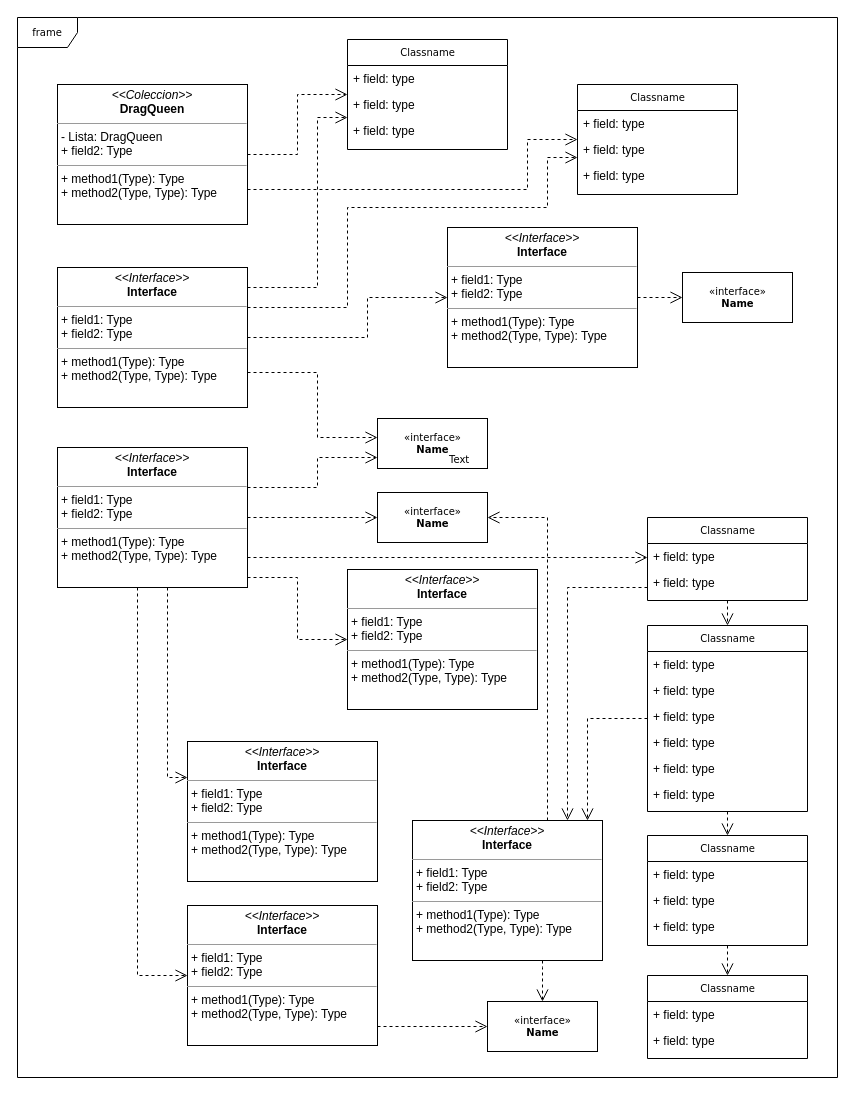
Before: Practico/Obligatorio/Diagramas/Untitled Diagram.drawio in felipeschneider88/UDE_BD3, a draw.io diagram. Source tidied: cells renumbered, new cells numbered last; positions are measured from the earlier drawing's top-left corner, leaving out a move shared by most shapes. Both pictures are drawn from the tidied source at 100%, with x=0, y=0 at pixel (17, 17).
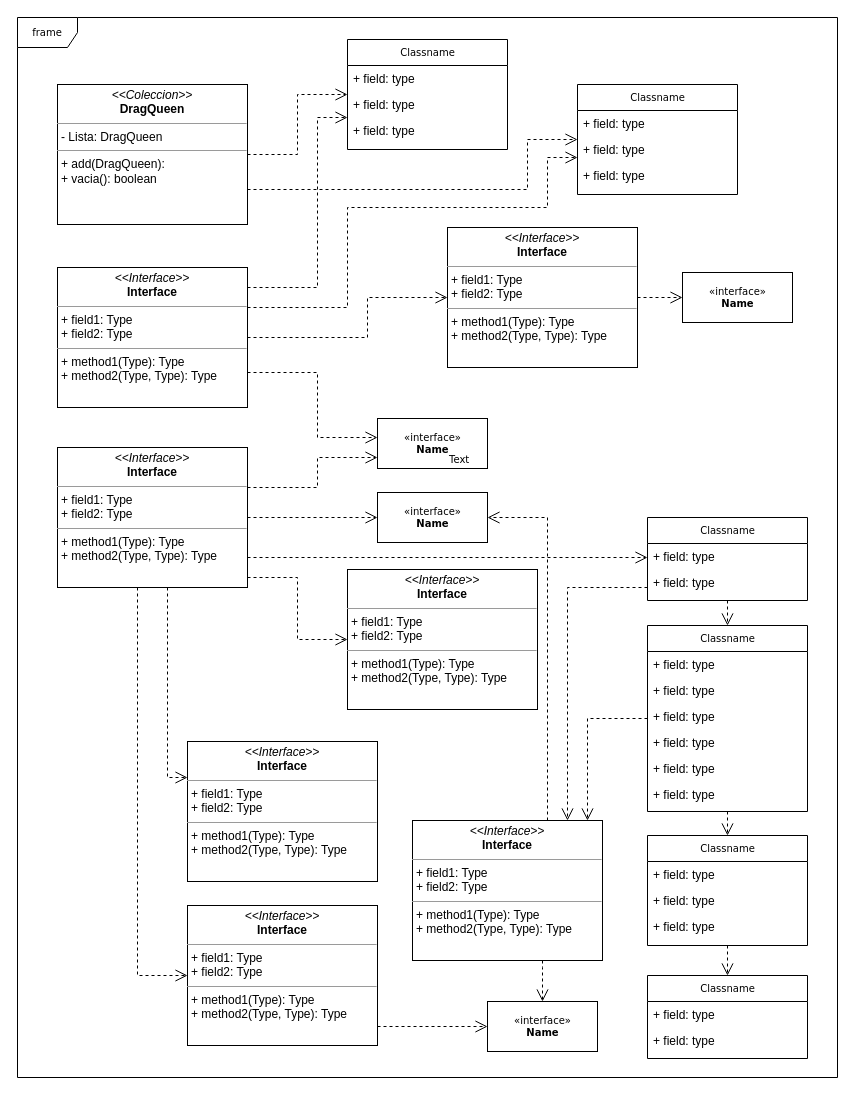
The same page after the edit.

What changed in the source:
```diff
@@
-    <mxCell id="48" value="&lt;p style=&quot;margin: 0px ; margin-top: 4px ; text-align: center&quot;&gt;&lt;i&gt;&amp;lt;&amp;lt;Coleccion&amp;gt;&amp;gt;&lt;/i&gt;&lt;br&gt;&lt;b&gt;DragQueen&lt;/b&gt;&lt;/p&gt;&lt;hr size=&quot;1&quot;&gt;&lt;p style=&quot;margin: 0px ; margin-left: 4px&quot;&gt;- Lista: DragQueen&lt;br&gt;+ field2: Type&lt;/p&gt;&lt;hr size=&quot;1&quot;&gt;&lt;p style=&quot;margin: 0px ; margin-left: 4px&quot;&gt;+ method1(Type): Type&lt;br&gt;+ method2(Type, Type): Type&lt;/p&gt;" style="verticalAlign=top;align=left;overflow=fill;fontSize=12;fontFamily=Helvetica;html=1;rounded=0;shadow=0;comic=0;labelBackgroundColor=none;strokeColor=#000000;strokeWidth=1;fillColor=#ffffff;" parent="1" vertex="1">
+    <mxCell id="48" value="&lt;p style=&quot;margin: 0px ; margin-top: 4px ; text-align: center&quot;&gt;&lt;i&gt;&amp;lt;&amp;lt;Coleccion&amp;gt;&amp;gt;&lt;/i&gt;&lt;br&gt;&lt;b&gt;DragQueen&lt;/b&gt;&lt;/p&gt;&lt;hr size=&quot;1&quot;&gt;&lt;p style=&quot;margin: 0px ; margin-left: 4px&quot;&gt;- Lista: DragQueen&lt;br&gt;&lt;/p&gt;&lt;hr size=&quot;1&quot;&gt;&lt;p style=&quot;margin: 0px ; margin-left: 4px&quot;&gt;+ add(DragQueen): &lt;br&gt;+ vacia(): boolean&lt;br&gt;&lt;/p&gt;" style="verticalAlign=top;align=left;overflow=fill;fontSize=12;fontFamily=Helvetica;html=1;rounded=0;shadow=0;comic=0;labelBackgroundColor=none;strokeColor=#000000;strokeWidth=1;fillColor=#ffffff;" parent="1" vertex="1">
       <mxGeometry x="40" y="67" width="190" height="140" as="geometry" />
     </mxCell>
```
